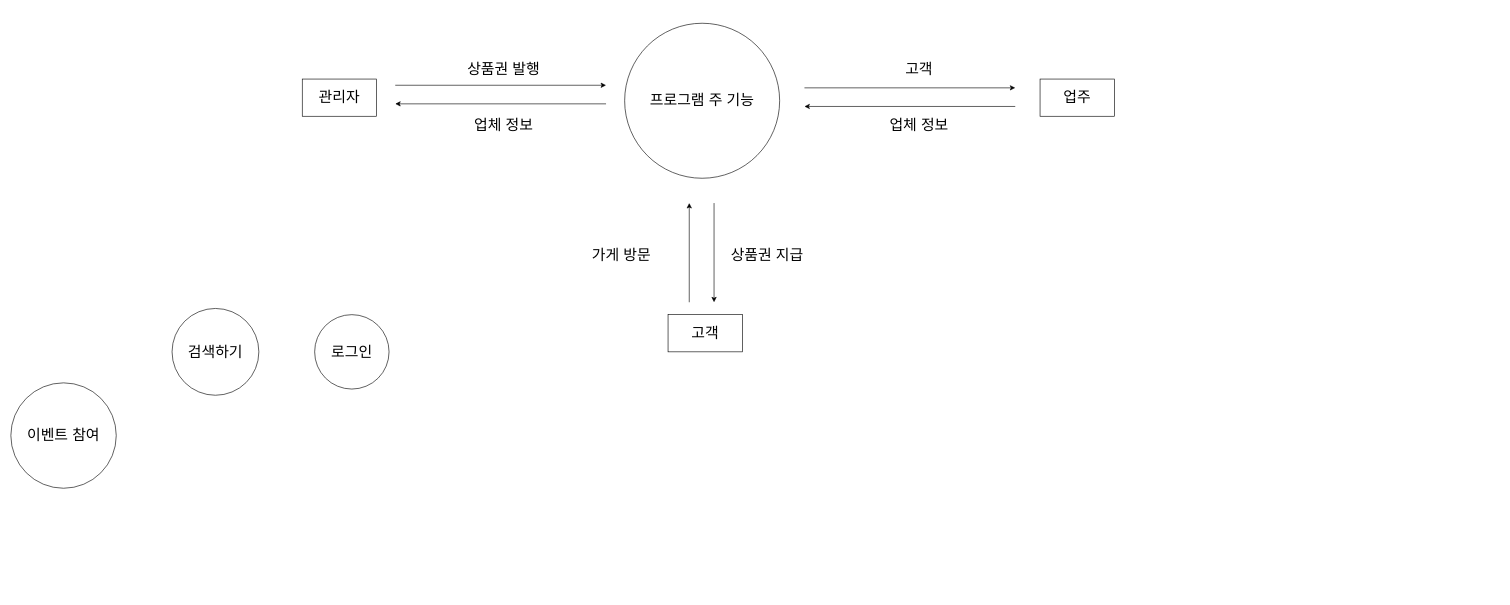
Earlier version of the draw.io diagram DFD_capstone.drawio (jgy2808/TERM_Project). Source tidied: cells renumbered, new cells numbered last; positions are measured from the earlier drawing's top-left corner, leaving out a move shared by most shapes. Both pictures are drawn from the tidied source at 62%, with x=0, y=0 at pixel (11, 23).
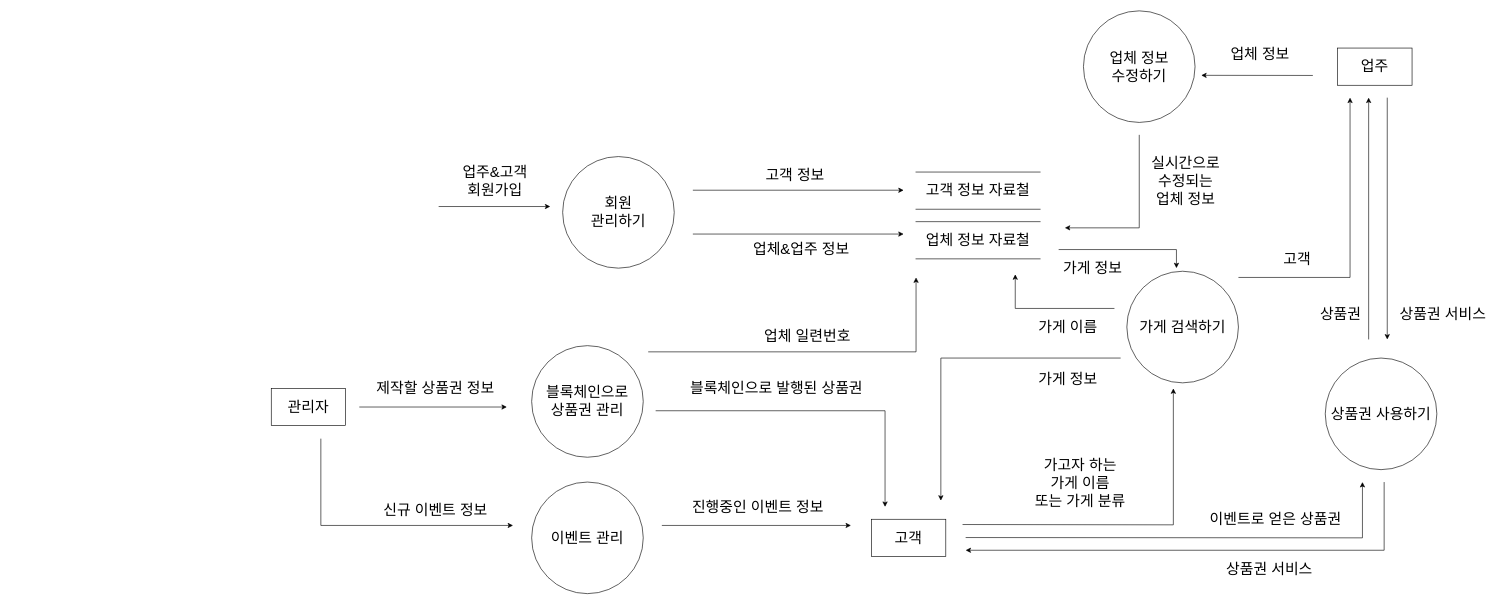
The same diagram, later.

The edit, as a diff of the source:
```diff
@@
     <mxCell id="2" value="&lt;font style=&quot;font-size: 24px&quot;&gt;관리자&lt;/font&gt;" style="rounded=0;whiteSpace=wrap;html=1;" parent="1" vertex="1">
-      <mxGeometry x="470" y="90" width="120" height="60" as="geometry" />
+      <mxGeometry x="420" y="589" width="120" height="60" as="geometry" />
     </mxCell>
     <mxCell id="3" value="&lt;font style=&quot;font-size: 24px&quot;&gt;고객&lt;/font&gt;" style="rounded=0;whiteSpace=wrap;html=1;" parent="1" vertex="1">
-      <mxGeometry x="1060" y="470" width="120" height="60" as="geometry" />
+      <mxGeometry x="1388" y="800" width="120" height="60" as="geometry" />
     </mxCell>
     <mxCell id="4" value="&lt;font style=&quot;font-size: 24px&quot;&gt;업주&lt;/font&gt;" style="rounded=0;whiteSpace=wrap;html=1;" parent="1" vertex="1">
-      <mxGeometry x="1660" y="90" width="120" height="60" as="geometry" />
+      <mxGeometry x="2140" y="40" width="120" height="60" as="geometry" />
     </mxCell>
-    <mxCell id="5" value="검색하기" style="ellipse;whiteSpace=wrap;html=1;fontSize=24;" parent="1" vertex="1">
-      <mxGeometry x="260" y="460" width="140" height="140" as="geometry" />
-    </mxCell>
-    <mxCell id="6" value="로그인" style="ellipse;whiteSpace=wrap;html=1;fontSize=24;" parent="1" vertex="1">
-      <mxGeometry x="490" y="470" width="120" height="120" as="geometry" />
-    </mxCell>
-    <mxCell id="7" value="이벤트 참여" style="ellipse;whiteSpace=wrap;html=1;fontSize=24;" parent="1" vertex="1">
-      <mxGeometry y="580" width="170" height="170" as="geometry" />
-    </mxCell>
-    <mxCell id="8" value="프로그램 주 기능" style="ellipse;whiteSpace=wrap;html=1;fontSize=24;" parent="1" vertex="1">
-      <mxGeometry x="990" width="250" height="250" as="geometry" />
-    </mxCell>
     <mxCell id="9" style="endArrow=classic;html=1;rounded=0;fontSize=24;" parent="1" edge="1">
       <mxGeometry relative="1" as="geometry">
-        <mxPoint x="620" y="100" as="sourcePoint" />
-        <mxPoint x="960" y="100" as="targetPoint" />
+        <mxPoint x="562" y="619" as="sourcePoint" />
+        <mxPoint x="800" y="619" as="targetPoint" />
       </mxGeometry>
     </mxCell>
-    <mxCell id="10" value="상품권 발행" style="text;html=1;strokeColor=none;fillColor=none;align=center;verticalAlign=middle;whiteSpace=wrap;rounded=0;fontSize=24;" parent="1" vertex="1">
-      <mxGeometry x="710" y="60" width="170" height="30" as="geometry" />
+    <mxCell id="10" value="제작할 상품권 정보" style="text;html=1;strokeColor=none;fillColor=none;align=center;verticalAlign=middle;whiteSpace=wrap;rounded=0;fontSize=24;" parent="1" vertex="1">
+      <mxGeometry x="580" y="561.5" width="210" height="55" as="geometry" />
     </mxCell>
     <mxCell id="11" style="endArrow=classic;html=1;rounded=0;fontSize=24;" parent="1" edge="1">
       <mxGeometry relative="1" as="geometry">
-        <mxPoint x="960" y="130" as="sourcePoint" />
-        <mxPoint x="620" y="130" as="targetPoint" />
+        <mxPoint x="1100" y="269.3" as="sourcePoint" />
+        <mxPoint x="1440" y="269.3" as="targetPoint" />
       </mxGeometry>
     </mxCell>
-    <mxCell id="12" style="endArrow=classic;html=1;rounded=0;fontSize=24;" parent="1" edge="1">
-      <mxGeometry relative="1" as="geometry">
-        <mxPoint x="1280" y="104.2" as="sourcePoint" />
-        <mxPoint x="1620" y="104.2" as="targetPoint" />
-      </mxGeometry>
-    </mxCell>
     <mxCell id="13" style="endArrow=classic;html=1;rounded=0;fontSize=24;" parent="1" edge="1">
       <mxGeometry relative="1" as="geometry">
-        <mxPoint x="1620" y="134.2" as="sourcePoint" />
-        <mxPoint x="1280" y="134.2" as="targetPoint" />
+        <mxPoint x="2100" y="84.2" as="sourcePoint" />
+        <mxPoint x="1920" y="84" as="targetPoint" />
       </mxGeometry>
     </mxCell>
     <mxCell id="14" style="endArrow=classic;html=1;rounded=0;fontSize=24;" parent="1" edge="1">
       <mxGeometry relative="1" as="geometry">
-        <mxPoint x="1134.2" y="290" as="sourcePoint" />
-        <mxPoint x="1134.2" y="450" as="targetPoint" />
+        <mxPoint x="1040" y="625" as="sourcePoint" />
+        <mxPoint x="1410" y="780" as="targetPoint" />
+        <Array as="points">
+          <mxPoint x="1410" y="625" />
+        </Array>
       </mxGeometry>
     </mxCell>
     <mxCell id="15" style="endArrow=classic;html=1;rounded=0;fontSize=24;" parent="1" edge="1">
       <mxGeometry relative="1" as="geometry">
-        <mxPoint x="1094.2" y="450" as="sourcePoint" />
-        <mxPoint x="1094.2" y="290" as="targetPoint" />
+        <mxPoint x="1535" y="808.5" as="sourcePoint" />
+        <mxPoint x="1875" y="589" as="targetPoint" />
+        <Array as="points">
+          <mxPoint x="1875" y="809" />
+        </Array>
       </mxGeometry>
     </mxCell>
-    <mxCell id="16" value="업체 정보" style="text;html=1;strokeColor=none;fillColor=none;align=center;verticalAlign=middle;whiteSpace=wrap;rounded=0;fontSize=24;" parent="1" vertex="1">
-      <mxGeometry x="710" y="150" width="170" height="30" as="geometry" />
+    <mxCell id="16" value="고객 정보" style="text;html=1;strokeColor=none;fillColor=none;align=center;verticalAlign=middle;whiteSpace=wrap;rounded=0;fontSize=24;" parent="1" vertex="1">
+      <mxGeometry x="1180" y="230" width="170" height="30" as="geometry" />
     </mxCell>
-    <mxCell id="17" value="고객" style="text;html=1;strokeColor=none;fillColor=none;align=center;verticalAlign=middle;whiteSpace=wrap;rounded=0;fontSize=24;" parent="1" vertex="1">
-      <mxGeometry x="1380" y="60" width="170" height="30" as="geometry" />
-    </mxCell>
     <mxCell id="18" value="업체 정보" style="text;html=1;strokeColor=none;fillColor=none;align=center;verticalAlign=middle;whiteSpace=wrap;rounded=0;fontSize=24;" parent="1" vertex="1">
-      <mxGeometry x="1380" y="150" width="170" height="30" as="geometry" />
+      <mxGeometry x="1960" y="20" width="110" height="60" as="geometry" />
     </mxCell>
-    <mxCell id="19" value="가게 방문" style="text;html=1;strokeColor=none;fillColor=none;align=center;verticalAlign=middle;whiteSpace=wrap;rounded=0;fontSize=24;" parent="1" vertex="1">
-      <mxGeometry x="900" y="360" width="170" height="30" as="geometry" />
+    <mxCell id="19" value="진행중인 이벤트 정보" style="text;html=1;strokeColor=none;fillColor=none;align=center;verticalAlign=middle;whiteSpace=wrap;rounded=0;fontSize=24;" parent="1" vertex="1">
+      <mxGeometry x="1080" y="760" width="250" height="40" as="geometry" />
     </mxCell>
-    <mxCell id="20" value="상품권 지급" style="text;html=1;strokeColor=none;fillColor=none;align=center;verticalAlign=middle;whiteSpace=wrap;rounded=0;fontSize=24;" parent="1" vertex="1">
-      <mxGeometry x="1120" y="360" width="200" height="30" as="geometry" />
+    <mxCell id="20" value="블록체인으로 발행된 상품권" style="text;html=1;strokeColor=none;fillColor=none;align=center;verticalAlign=middle;whiteSpace=wrap;rounded=0;fontSize=24;" parent="1" vertex="1">
+      <mxGeometry x="1030" y="569" width="410" height="40" as="geometry" />
     </mxCell>
+    <mxCell id="21" value="블록체인으로&lt;br&gt;상품권 관리" style="ellipse;whiteSpace=wrap;html=1;fontSize=24;" parent="1" vertex="1">
+      <mxGeometry x="840" y="520" width="180" height="180" as="geometry" />
+    </mxCell>
+    <mxCell id="22" value="업체 정보&lt;br&gt;수정하기" style="ellipse;whiteSpace=wrap;html=1;fontSize=24;" parent="1" vertex="1">
+      <mxGeometry x="1730" y="-20" width="180" height="180" as="geometry" />
+    </mxCell>
+    <mxCell id="23" value="이벤트 관리" style="ellipse;whiteSpace=wrap;html=1;fontSize=24;" parent="1" vertex="1">
+      <mxGeometry x="840" y="740" width="180" height="180" as="geometry" />
+    </mxCell>
+    <mxCell id="24" value="가게 검색하기" style="ellipse;whiteSpace=wrap;html=1;fontSize=24;" parent="1" vertex="1">
+      <mxGeometry x="1800" y="400" width="180" height="180" as="geometry" />
+    </mxCell>
+    <mxCell id="25" value="회원&lt;br&gt;관리하기" style="ellipse;whiteSpace=wrap;html=1;fontSize=24;" parent="1" vertex="1">
+      <mxGeometry x="890" y="215" width="180" height="180" as="geometry" />
+    </mxCell>
+    <mxCell id="26" value="가고자 하는 &lt;br&gt;가게 이름&lt;br&gt;또는 가게 분류" style="text;html=1;strokeColor=none;fillColor=none;align=center;verticalAlign=middle;whiteSpace=wrap;rounded=0;fontSize=24;" parent="1" vertex="1">
+      <mxGeometry x="1640" y="686.5" width="170" height="110" as="geometry" />
+    </mxCell>
+    <mxCell id="27" style="endArrow=classic;html=1;rounded=0;fontSize=24;" parent="1" edge="1">
+      <mxGeometry relative="1" as="geometry">
+        <mxPoint x="690" y="295.6" as="sourcePoint" />
+        <mxPoint x="870" y="295.6" as="targetPoint" />
+      </mxGeometry>
+    </mxCell>
+    <mxCell id="28" value="업주&amp;amp;고객&lt;br&gt;회원가입" style="text;html=1;strokeColor=none;fillColor=none;align=center;verticalAlign=middle;whiteSpace=wrap;rounded=0;fontSize=24;" parent="1" vertex="1">
+      <mxGeometry x="710" y="230" width="142" height="50" as="geometry" />
+    </mxCell>
+    <mxCell id="29" value="업체 정보 자료철" style="shape=partialRectangle;whiteSpace=wrap;html=1;left=0;right=0;fillColor=none;fontSize=24;" parent="1" vertex="1">
+      <mxGeometry x="1460" y="320" width="200" height="60" as="geometry" />
+    </mxCell>
+    <mxCell id="30" style="endArrow=classic;html=1;rounded=0;fontSize=24;" parent="1" edge="1">
+      <mxGeometry relative="1" as="geometry">
+        <mxPoint x="1820" y="180" as="sourcePoint" />
+        <mxPoint x="1700" y="330" as="targetPoint" />
+        <Array as="points">
+          <mxPoint x="1820" y="330" />
+        </Array>
+      </mxGeometry>
+    </mxCell>
+    <mxCell id="31" value="실시간으로 &lt;br&gt;수정되는 &lt;br&gt;업체 정보" style="text;html=1;strokeColor=none;fillColor=none;align=center;verticalAlign=middle;whiteSpace=wrap;rounded=0;fontSize=24;" parent="1" vertex="1">
+      <mxGeometry x="1800" y="200" width="190" height="110" as="geometry" />
+    </mxCell>
+    <mxCell id="32" style="edgeStyle=orthogonalEdgeStyle;rounded=0;orthogonalLoop=1;jettySize=auto;html=1;exitX=0.5;exitY=1;exitDx=0;exitDy=0;fontSize=24;" parent="1" edge="1" source="16" target="16">
+      <mxGeometry relative="1" as="geometry" />
+    </mxCell>
+    <mxCell id="33" value="고객 정보 자료철" style="shape=partialRectangle;whiteSpace=wrap;html=1;left=0;right=0;fillColor=none;fontSize=24;" parent="1" vertex="1">
+      <mxGeometry x="1460" y="240" width="200" height="60" as="geometry" />
+    </mxCell>
+    <mxCell id="34" style="endArrow=classic;html=1;rounded=0;fontSize=24;" parent="1" edge="1">
+      <mxGeometry relative="1" as="geometry">
+        <mxPoint x="1100" y="340" as="sourcePoint" />
+        <mxPoint x="1440" y="340" as="targetPoint" />
+      </mxGeometry>
+    </mxCell>
+    <mxCell id="35" value="업체&amp;amp;업주 정보" style="text;html=1;strokeColor=none;fillColor=none;align=center;verticalAlign=middle;whiteSpace=wrap;rounded=0;fontSize=24;" parent="1" vertex="1">
+      <mxGeometry x="1190" y="350" width="170" height="30" as="geometry" />
+    </mxCell>
+    <mxCell id="36" style="endArrow=classic;html=1;rounded=0;fontSize=24;" parent="1" edge="1">
+      <mxGeometry relative="1" as="geometry">
+        <mxPoint x="500" y="670" as="sourcePoint" />
+        <mxPoint x="810" y="810" as="targetPoint" />
+        <Array as="points">
+          <mxPoint x="500" y="810" />
+        </Array>
+      </mxGeometry>
+    </mxCell>
+    <mxCell id="37" value="신규 이벤트 정보" style="text;html=1;strokeColor=none;fillColor=none;align=center;verticalAlign=middle;whiteSpace=wrap;rounded=0;fontSize=24;" parent="1" vertex="1">
+      <mxGeometry x="590" y="770" width="190" height="30" as="geometry" />
+    </mxCell>
+    <mxCell id="38" style="endArrow=classic;html=1;rounded=0;fontSize=24;" parent="1" edge="1">
+      <mxGeometry relative="1" as="geometry">
+        <mxPoint x="1050" y="810" as="sourcePoint" />
+        <mxPoint x="1355" y="810" as="targetPoint" />
+      </mxGeometry>
+    </mxCell>
+    <mxCell id="39" style="endArrow=classic;html=1;rounded=0;fontSize=24;" parent="1" edge="1">
+      <mxGeometry relative="1" as="geometry">
+        <mxPoint x="1980" y="410" as="sourcePoint" />
+        <mxPoint x="2160" y="120" as="targetPoint" />
+        <Array as="points">
+          <mxPoint x="2160" y="410" />
+        </Array>
+      </mxGeometry>
+    </mxCell>
+    <mxCell id="17" value="고객" style="text;html=1;strokeColor=none;fillColor=none;align=center;verticalAlign=middle;whiteSpace=wrap;rounded=0;fontSize=24;" parent="1" vertex="1">
+      <mxGeometry x="2010" y="360" width="130" height="40" as="geometry" />
+    </mxCell>
+    <mxCell id="40" style="endArrow=classic;html=1;rounded=0;fontSize=24;" parent="1" edge="1">
+      <mxGeometry relative="1" as="geometry">
+        <mxPoint x="1690" y="365" as="sourcePoint" />
+        <mxPoint x="1880" y="395" as="targetPoint" />
+        <Array as="points">
+          <mxPoint x="1880" y="365" />
+        </Array>
+      </mxGeometry>
+    </mxCell>
+    <mxCell id="41" value="가게 정보" style="text;html=1;strokeColor=none;fillColor=none;align=center;verticalAlign=middle;whiteSpace=wrap;rounded=0;fontSize=24;" parent="1" vertex="1">
+      <mxGeometry x="1690" y="370" width="110" height="50" as="geometry" />
+    </mxCell>
+    <mxCell id="42" style="endArrow=classic;html=1;rounded=0;fontSize=24;" parent="1" edge="1">
+      <mxGeometry relative="1" as="geometry">
+        <mxPoint x="1780" y="460" as="sourcePoint" />
+        <mxPoint x="1620" y="405" as="targetPoint" />
+        <Array as="points">
+          <mxPoint x="1620" y="460" />
+        </Array>
+      </mxGeometry>
+    </mxCell>
+    <mxCell id="43" value="가게 이름" style="text;html=1;strokeColor=none;fillColor=none;align=center;verticalAlign=middle;whiteSpace=wrap;rounded=0;fontSize=24;" parent="1" vertex="1">
+      <mxGeometry x="1650" y="465" width="110" height="50" as="geometry" />
+    </mxCell>
+    <mxCell id="44" style="endArrow=classic;html=1;rounded=0;fontSize=24;" parent="1" edge="1">
+      <mxGeometry relative="1" as="geometry">
+        <mxPoint x="1028" y="530" as="sourcePoint" />
+        <mxPoint x="1460" y="410" as="targetPoint" />
+        <Array as="points">
+          <mxPoint x="1460" y="530" />
+        </Array>
+      </mxGeometry>
+    </mxCell>
+    <mxCell id="45" value="업체 일련번호" style="text;html=1;strokeColor=none;fillColor=none;align=center;verticalAlign=middle;whiteSpace=wrap;rounded=0;fontSize=24;" parent="1" vertex="1">
+      <mxGeometry x="1200" y="490" width="170" height="30" as="geometry" />
+    </mxCell>
+    <mxCell id="46" value="상품권 사용하기" style="ellipse;whiteSpace=wrap;html=1;fontSize=24;" parent="1" vertex="1">
+      <mxGeometry x="2120" y="540" width="180" height="180" as="geometry" />
+    </mxCell>
+    <mxCell id="47" style="endArrow=classic;html=1;rounded=0;fontSize=24;" parent="1" edge="1">
+      <mxGeometry relative="1" as="geometry">
+        <mxPoint x="1540" y="829.5" as="sourcePoint" />
+        <mxPoint x="2180" y="740" as="targetPoint" />
+        <Array as="points">
+          <mxPoint x="2180" y="830" />
+        </Array>
+      </mxGeometry>
+    </mxCell>
+    <mxCell id="48" value="이벤트로 얻은 상품권" style="text;html=1;strokeColor=none;fillColor=none;align=center;verticalAlign=middle;whiteSpace=wrap;rounded=0;fontSize=24;" parent="1" vertex="1">
+      <mxGeometry x="1920" y="780" width="240" height="40" as="geometry" />
+    </mxCell>
+    <mxCell id="49" style="endArrow=classic;html=1;rounded=0;fontSize=24;" parent="1" edge="1">
+      <mxGeometry relative="1" as="geometry">
+        <mxPoint x="2190" y="510" as="sourcePoint" />
+        <mxPoint x="2190" y="120" as="targetPoint" />
+      </mxGeometry>
+    </mxCell>
+    <mxCell id="50" style="endArrow=classic;html=1;rounded=0;fontSize=24;" parent="1" edge="1">
+      <mxGeometry relative="1" as="geometry">
+        <mxPoint x="2220" y="120" as="sourcePoint" />
+        <mxPoint x="2220" y="510" as="targetPoint" />
+      </mxGeometry>
+    </mxCell>
+    <mxCell id="51" value="상품권" style="text;html=1;strokeColor=none;fillColor=none;align=center;verticalAlign=middle;whiteSpace=wrap;rounded=0;fontSize=24;" parent="1" vertex="1">
+      <mxGeometry x="2090" y="450" width="110" height="40" as="geometry" />
+    </mxCell>
+    <mxCell id="52" value="상품권 서비스" style="text;html=1;strokeColor=none;fillColor=none;align=center;verticalAlign=middle;whiteSpace=wrap;rounded=0;fontSize=24;" parent="1" vertex="1">
+      <mxGeometry x="2220" y="450" width="180" height="40" as="geometry" />
+    </mxCell>
+    <mxCell id="53" style="endArrow=classic;html=1;rounded=0;fontSize=24;" parent="1" edge="1">
+      <mxGeometry relative="1" as="geometry">
+        <mxPoint x="2215" y="740" as="sourcePoint" />
+        <mxPoint x="1540" y="850" as="targetPoint" />
+        <Array as="points">
+          <mxPoint x="2215" y="850" />
+        </Array>
+      </mxGeometry>
+    </mxCell>
+    <mxCell id="54" value="상품권 서비스" style="text;html=1;strokeColor=none;fillColor=none;align=center;verticalAlign=middle;whiteSpace=wrap;rounded=0;fontSize=24;" parent="1" vertex="1">
+      <mxGeometry x="1910" y="860" width="240" height="40" as="geometry" />
+    </mxCell>
+    <mxCell id="55" style="endArrow=classic;html=1;rounded=0;fontSize=24;" parent="1" edge="1">
+      <mxGeometry relative="1" as="geometry">
+        <mxPoint x="1790" y="540" as="sourcePoint" />
+        <mxPoint x="1500" y="770" as="targetPoint" />
+        <Array as="points">
+          <mxPoint x="1500" y="540" />
+        </Array>
+      </mxGeometry>
+    </mxCell>
+    <mxCell id="56" value="가게 정보" style="text;html=1;strokeColor=none;fillColor=none;align=center;verticalAlign=middle;whiteSpace=wrap;rounded=0;fontSize=24;" parent="1" vertex="1">
+      <mxGeometry x="1650" y="550" width="110" height="50" as="geometry" />
+    </mxCell>
```
